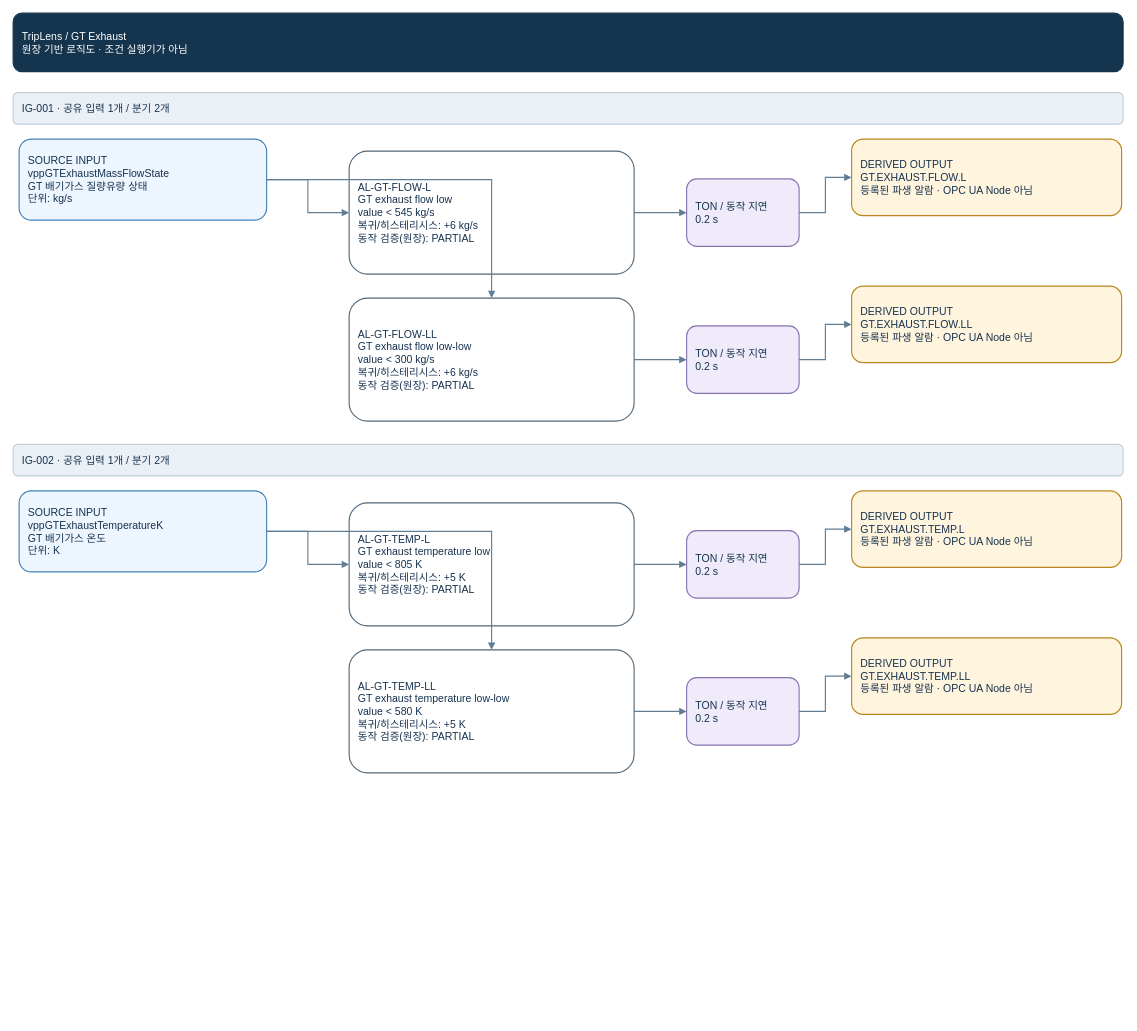
This is page "GT Exhaust" (5 of 98) of apps/web/public/logic-assets/TripLens_Logic_Master_Current_V8.drawio from khaku25/triplens-thermosyspro-cloud-runner, a draw.io file, before an edit. Source tidied: cells renumbered, new cells numbered last; positions are measured from the earlier drawing's top-left corner, leaving out a move shared by most shapes. Both pictures are drawn from the tidied source at 75%, with x=0, y=0 at pixel (13, 13).
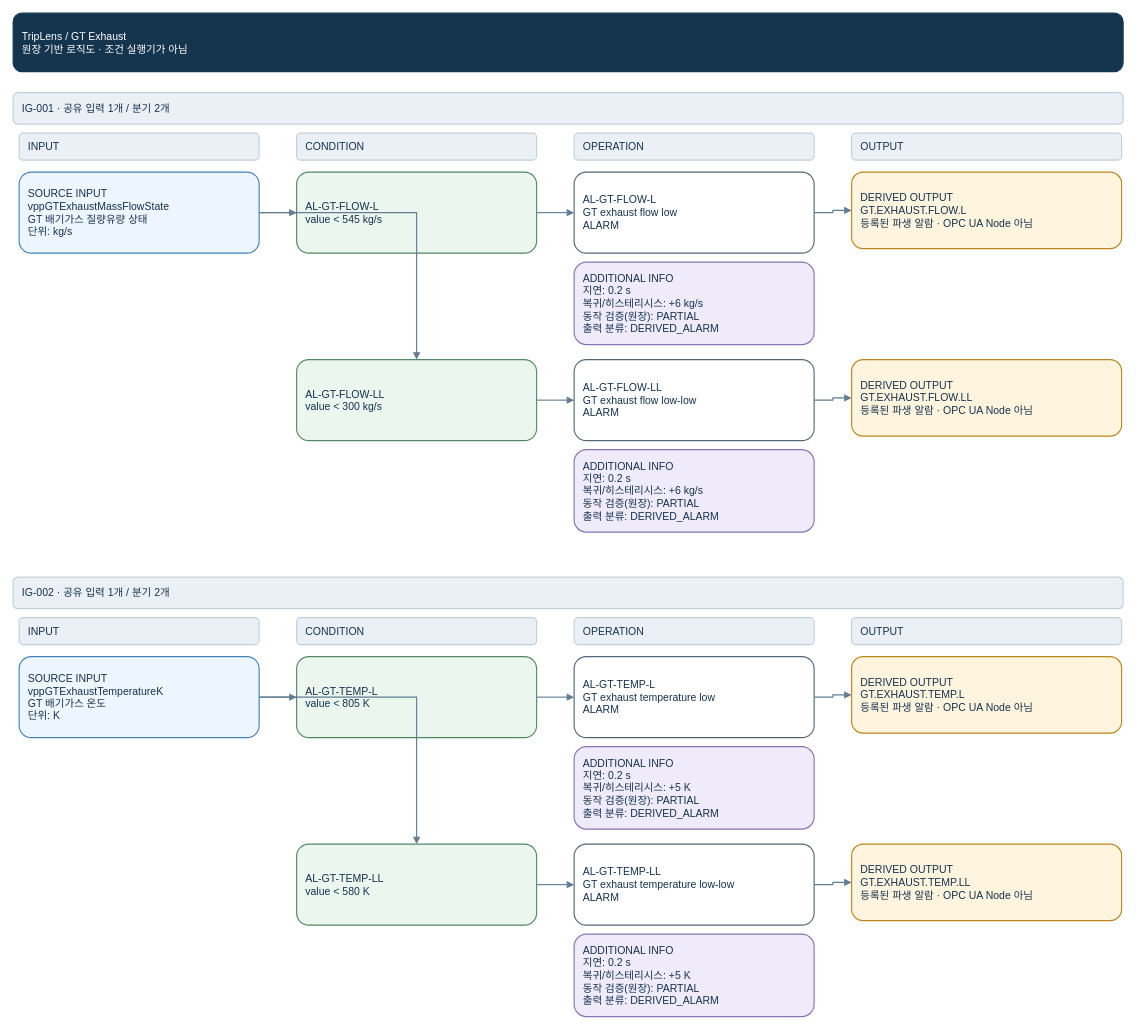
The same page after the edit.

The edit, as a diff of the source:
```diff
@@
+    <mxCell id="31" value="INPUT" style="rounded=1;whiteSpace=wrap;html=0;fontFamily=Arial;fontSize=14;align=left;verticalAlign=middle;spacing=12;fillColor=#eaf0f5;strokeColor=#c1cfdb;fontColor=#16324f;strokeWidth=1.5;" parent="1" vertex="1">
+      <mxGeometry x="8" y="160" width="320" height="36" as="geometry" />
+    </mxCell>
+    <mxCell id="32" value="CONDITION" style="rounded=1;whiteSpace=wrap;html=0;fontFamily=Arial;fontSize=14;align=left;verticalAlign=middle;spacing=12;fillColor=#eaf0f5;strokeColor=#c1cfdb;fontColor=#16324f;strokeWidth=1.5;" parent="1" vertex="1">
+      <mxGeometry x="378" y="160" width="320" height="36" as="geometry" />
+    </mxCell>
+    <mxCell id="33" value="OPERATION" style="rounded=1;whiteSpace=wrap;html=0;fontFamily=Arial;fontSize=14;align=left;verticalAlign=middle;spacing=12;fillColor=#eaf0f5;strokeColor=#c1cfdb;fontColor=#16324f;strokeWidth=1.5;" parent="1" vertex="1">
+      <mxGeometry x="748" y="160" width="320" height="36" as="geometry" />
+    </mxCell>
+    <mxCell id="34" value="OUTPUT" style="rounded=1;whiteSpace=wrap;html=0;fontFamily=Arial;fontSize=14;align=left;verticalAlign=middle;spacing=12;fillColor=#eaf0f5;strokeColor=#c1cfdb;fontColor=#16324f;strokeWidth=1.5;" parent="1" vertex="1">
+      <mxGeometry x="1118" y="160" width="360" height="36" as="geometry" />
+    </mxCell>
     <mxCell id="4" value="SOURCE INPUT&#10;vppGTExhaustMassFlowState&#10;GT 배기가스 질량유량 상태&#10;단위: kg/s" style="rounded=1;whiteSpace=wrap;html=0;fontFamily=Arial;fontSize=14;align=left;verticalAlign=middle;spacing=12;fillColor=#edf5ff;strokeColor=#4381b5;fontColor=#16324f;strokeWidth=1.5;" parent="1" vertex="1">
-      <mxGeometry x="8" y="168" width="330" height="108" as="geometry" />
+      <mxGeometry x="8" y="212" width="320" height="108" as="geometry" />
     </mxCell>
-    <mxCell id="5" value="AL-GT-FLOW-L&#10;GT exhaust flow low&#10;value &lt; 545 kg/s&#10;복귀/히스테리시스: +6 kg/s&#10;동작 검증(원장): PARTIAL" style="rounded=1;whiteSpace=wrap;html=0;fontFamily=Arial;fontSize=14;align=left;verticalAlign=middle;spacing=12;fillColor=#ffffff;strokeColor=#526778;fontColor=#16324f;strokeWidth=1.5;" parent="1" vertex="1">
-      <mxGeometry x="448" y="184" width="380" height="164" as="geometry" />
-    </mxCell>
-    <mxCell id="6" style="edgeStyle=orthogonalEdgeStyle;rounded=0;html=0;endArrow=block;strokeColor=#607d94;strokeWidth=1.5;" parent="1" edge="1" source="4" target="5">
-      <mxGeometry relative="1" as="geometry" />
-    </mxCell>
-    <mxCell id="7" value="TON / 동작 지연&#10;0.2 s" style="rounded=1;whiteSpace=wrap;html=0;fontFamily=Arial;fontSize=14;align=left;verticalAlign=middle;spacing=12;fillColor=#f0ebfa;strokeColor=#8873b1;fontColor=#16324f;strokeWidth=1.5;" parent="1" vertex="1">
-      <mxGeometry x="898" y="221" width="150" height="90" as="geometry" />
-    </mxCell>
-    <mxCell id="8" style="edgeStyle=orthogonalEdgeStyle;rounded=0;html=0;endArrow=block;strokeColor=#607d94;strokeWidth=1.5;" parent="1" edge="1" source="5" target="7">
-      <mxGeometry relative="1" as="geometry" />
-    </mxCell>
+    <mxCell id="35" value="AL-GT-FLOW-L&#10;value &lt; 545 kg/s" style="rounded=1;whiteSpace=wrap;html=0;fontFamily=Arial;fontSize=14;align=left;verticalAlign=middle;spacing=12;fillColor=#eaf6ee;strokeColor=#548766;fontColor=#16324f;strokeWidth=1.5;" parent="1" vertex="1">
+      <mxGeometry x="378" y="212" width="320" height="108" as="geometry" />
+    </mxCell>
+    <mxCell id="36" value="AL-GT-FLOW-L&#10;GT exhaust flow low&#10;ALARM" style="rounded=1;whiteSpace=wrap;html=0;fontFamily=Arial;fontSize=14;align=left;verticalAlign=middle;spacing=12;fillColor=#ffffff;strokeColor=#526778;fontColor=#16324f;strokeWidth=1.5;" parent="1" vertex="1">
+      <mxGeometry x="748" y="212" width="320" height="108" as="geometry" />
+    </mxCell>
+    <mxCell id="37" value="ADDITIONAL INFO&#10;지연: 0.2 s&#10;복귀/히스테리시스: +6 kg/s&#10;동작 검증(원장): PARTIAL&#10;출력 분류: DERIVED_ALARM" style="rounded=1;whiteSpace=wrap;html=0;fontFamily=Arial;fontSize=14;align=left;verticalAlign=middle;spacing=12;fillColor=#f0ebfa;strokeColor=#8873b1;fontColor=#16324f;strokeWidth=1.5;" parent="1" vertex="1">
+      <mxGeometry x="748" y="332" width="320" height="110" as="geometry" />
+    </mxCell>
+    <mxCell id="38" style="edgeStyle=orthogonalEdgeStyle;rounded=0;html=0;endArrow=block;strokeColor=#607d94;strokeWidth=1.5;" parent="1" edge="1" source="4" target="35">
+      <mxGeometry relative="1" as="geometry" />
+    </mxCell>
+    <mxCell id="39" style="edgeStyle=orthogonalEdgeStyle;rounded=0;html=0;endArrow=block;strokeColor=#607d94;strokeWidth=1.5;" parent="1" edge="1" source="35" target="36">
+      <mxGeometry relative="1" as="geometry" />
+    </mxCell>
     <mxCell id="9" value="DERIVED OUTPUT&#10;GT.EXHAUST.FLOW.L&#10;등록된 파생 알람 · OPC UA Node 아님" style="rounded=1;whiteSpace=wrap;html=0;fontFamily=Arial;fontSize=14;align=left;verticalAlign=middle;spacing=12;fillColor=#fff4dd;strokeColor=#ba861e;fontColor=#16324f;strokeWidth=1.5;" parent="1" vertex="1">
-      <mxGeometry x="1118" y="168" width="360" height="102" as="geometry" />
+      <mxGeometry x="1118" y="212" width="360" height="102" as="geometry" />
     </mxCell>
-    <mxCell id="10" style="edgeStyle=orthogonalEdgeStyle;rounded=0;html=0;endArrow=block;strokeColor=#607d94;strokeWidth=1.5;" parent="1" edge="1" source="7" target="9">
-      <mxGeometry relative="1" as="geometry" />
-    </mxCell>
-    <mxCell id="11" value="AL-GT-FLOW-LL&#10;GT exhaust flow low-low&#10;value &lt; 300 kg/s&#10;복귀/히스테리시스: +6 kg/s&#10;동작 검증(원장): PARTIAL" style="rounded=1;whiteSpace=wrap;html=0;fontFamily=Arial;fontSize=14;align=left;verticalAlign=middle;spacing=12;fillColor=#ffffff;strokeColor=#526778;fontColor=#16324f;strokeWidth=1.5;" parent="1" vertex="1">
-      <mxGeometry x="448" y="380" width="380" height="164" as="geometry" />
-    </mxCell>
-    <mxCell id="12" style="edgeStyle=orthogonalEdgeStyle;rounded=0;html=0;endArrow=block;strokeColor=#607d94;strokeWidth=1.5;" parent="1" edge="1" source="4" target="11">
-      <mxGeometry relative="1" as="geometry" />
-    </mxCell>
-    <mxCell id="13" value="TON / 동작 지연&#10;0.2 s" style="rounded=1;whiteSpace=wrap;html=0;fontFamily=Arial;fontSize=14;align=left;verticalAlign=middle;spacing=12;fillColor=#f0ebfa;strokeColor=#8873b1;fontColor=#16324f;strokeWidth=1.5;" parent="1" vertex="1">
-      <mxGeometry x="898" y="417" width="150" height="90" as="geometry" />
-    </mxCell>
-    <mxCell id="14" style="edgeStyle=orthogonalEdgeStyle;rounded=0;html=0;endArrow=block;strokeColor=#607d94;strokeWidth=1.5;" parent="1" edge="1" source="11" target="13">
-      <mxGeometry relative="1" as="geometry" />
-    </mxCell>
+    <mxCell id="40" style="edgeStyle=orthogonalEdgeStyle;rounded=0;html=0;endArrow=block;strokeColor=#607d94;strokeWidth=1.5;" parent="1" edge="1" source="36" target="9">
+      <mxGeometry relative="1" as="geometry" />
+    </mxCell>
+    <mxCell id="41" value="AL-GT-FLOW-LL&#10;value &lt; 300 kg/s" style="rounded=1;whiteSpace=wrap;html=0;fontFamily=Arial;fontSize=14;align=left;verticalAlign=middle;spacing=12;fillColor=#eaf6ee;strokeColor=#548766;fontColor=#16324f;strokeWidth=1.5;" parent="1" vertex="1">
+      <mxGeometry x="378" y="462" width="320" height="108" as="geometry" />
+    </mxCell>
+    <mxCell id="42" value="AL-GT-FLOW-LL&#10;GT exhaust flow low-low&#10;ALARM" style="rounded=1;whiteSpace=wrap;html=0;fontFamily=Arial;fontSize=14;align=left;verticalAlign=middle;spacing=12;fillColor=#ffffff;strokeColor=#526778;fontColor=#16324f;strokeWidth=1.5;" parent="1" vertex="1">
+      <mxGeometry x="748" y="462" width="320" height="108" as="geometry" />
+    </mxCell>
+    <mxCell id="43" value="ADDITIONAL INFO&#10;지연: 0.2 s&#10;복귀/히스테리시스: +6 kg/s&#10;동작 검증(원장): PARTIAL&#10;출력 분류: DERIVED_ALARM" style="rounded=1;whiteSpace=wrap;html=0;fontFamily=Arial;fontSize=14;align=left;verticalAlign=middle;spacing=12;fillColor=#f0ebfa;strokeColor=#8873b1;fontColor=#16324f;strokeWidth=1.5;" parent="1" vertex="1">
+      <mxGeometry x="748" y="582" width="320" height="110" as="geometry" />
+    </mxCell>
+    <mxCell id="44" style="edgeStyle=orthogonalEdgeStyle;rounded=0;html=0;endArrow=block;strokeColor=#607d94;strokeWidth=1.5;" parent="1" edge="1" source="4" target="41">
+      <mxGeometry relative="1" as="geometry" />
+    </mxCell>
+    <mxCell id="45" style="edgeStyle=orthogonalEdgeStyle;rounded=0;html=0;endArrow=block;strokeColor=#607d94;strokeWidth=1.5;" parent="1" edge="1" source="41" target="42">
+      <mxGeometry relative="1" as="geometry" />
+    </mxCell>
     <mxCell id="15" value="DERIVED OUTPUT&#10;GT.EXHAUST.FLOW.LL&#10;등록된 파생 알람 · OPC UA Node 아님" style="rounded=1;whiteSpace=wrap;html=0;fontFamily=Arial;fontSize=14;align=left;verticalAlign=middle;spacing=12;fillColor=#fff4dd;strokeColor=#ba861e;fontColor=#16324f;strokeWidth=1.5;" parent="1" vertex="1">
-      <mxGeometry x="1118" y="364" width="360" height="102" as="geometry" />
+      <mxGeometry x="1118" y="462" width="360" height="102" as="geometry" />
     </mxCell>
-    <mxCell id="16" style="edgeStyle=orthogonalEdgeStyle;rounded=0;html=0;endArrow=block;strokeColor=#607d94;strokeWidth=1.5;" parent="1" edge="1" source="13" target="15">
-      <mxGeometry relative="1" as="geometry" />
-    </mxCell>
+    <mxCell id="46" style="edgeStyle=orthogonalEdgeStyle;rounded=0;html=0;endArrow=block;strokeColor=#607d94;strokeWidth=1.5;" parent="1" edge="1" source="42" target="15">
+      <mxGeometry relative="1" as="geometry" />
+    </mxCell>
     <mxCell id="17" value="IG-002  ·  공유 입력 1개  /  분기 2개" style="rounded=1;whiteSpace=wrap;html=0;fontFamily=Arial;fontSize=14;align=left;verticalAlign=middle;spacing=12;fillColor=#eaf0f5;strokeColor=#c1cfdb;fontColor=#16324f;strokeWidth=1.5;" parent="1" vertex="1">
-      <mxGeometry y="575" width="1480" height="42" as="geometry" />
+      <mxGeometry y="752" width="1480" height="42" as="geometry" />
     </mxCell>
+    <mxCell id="47" value="INPUT" style="rounded=1;whiteSpace=wrap;html=0;fontFamily=Arial;fontSize=14;align=left;verticalAlign=middle;spacing=12;fillColor=#eaf0f5;strokeColor=#c1cfdb;fontColor=#16324f;strokeWidth=1.5;" parent="1" vertex="1">
+      <mxGeometry x="8" y="806" width="320" height="36" as="geometry" />
+    </mxCell>
+    <mxCell id="48" value="CONDITION" style="rounded=1;whiteSpace=wrap;html=0;fontFamily=Arial;fontSize=14;align=left;verticalAlign=middle;spacing=12;fillColor=#eaf0f5;strokeColor=#c1cfdb;fontColor=#16324f;strokeWidth=1.5;" parent="1" vertex="1">
+      <mxGeometry x="378" y="806" width="320" height="36" as="geometry" />
+    </mxCell>
+    <mxCell id="49" value="OPERATION" style="rounded=1;whiteSpace=wrap;html=0;fontFamily=Arial;fontSize=14;align=left;verticalAlign=middle;spacing=12;fillColor=#eaf0f5;strokeColor=#c1cfdb;fontColor=#16324f;strokeWidth=1.5;" parent="1" vertex="1">
+      <mxGeometry x="748" y="806" width="320" height="36" as="geometry" />
+    </mxCell>
+    <mxCell id="50" value="OUTPUT" style="rounded=1;whiteSpace=wrap;html=0;fontFamily=Arial;fontSize=14;align=left;verticalAlign=middle;spacing=12;fillColor=#eaf0f5;strokeColor=#c1cfdb;fontColor=#16324f;strokeWidth=1.5;" parent="1" vertex="1">
+      <mxGeometry x="1118" y="806" width="360" height="36" as="geometry" />
+    </mxCell>
     <mxCell id="18" value="SOURCE INPUT&#10;vppGTExhaustTemperatureK&#10;GT 배기가스 온도&#10;단위: K" style="rounded=1;whiteSpace=wrap;html=0;fontFamily=Arial;fontSize=14;align=left;verticalAlign=middle;spacing=12;fillColor=#edf5ff;strokeColor=#4381b5;fontColor=#16324f;strokeWidth=1.5;" parent="1" vertex="1">
-      <mxGeometry x="8" y="637" width="330" height="108" as="geometry" />
+      <mxGeometry x="8" y="858" width="320" height="108" as="geometry" />
     </mxCell>
-    <mxCell id="19" value="AL-GT-TEMP-L&#10;GT exhaust temperature low&#10;value &lt; 805 K&#10;복귀/히스테리시스: +5 K&#10;동작 검증(원장): PARTIAL" style="rounded=1;whiteSpace=wrap;html=0;fontFamily=Arial;fontSize=14;align=left;verticalAlign=middle;spacing=12;fillColor=#ffffff;strokeColor=#526778;fontColor=#16324f;strokeWidth=1.5;" parent="1" vertex="1">
-      <mxGeometry x="448" y="653" width="380" height="164" as="geometry" />
-    </mxCell>
-    <mxCell id="20" style="edgeStyle=orthogonalEdgeStyle;rounded=0;html=0;endArrow=block;strokeColor=#607d94;strokeWidth=1.5;" parent="1" edge="1" source="18" target="19">
-      <mxGeometry relative="1" as="geometry" />
-    </mxCell>
-    <mxCell id="21" value="TON / 동작 지연&#10;0.2 s" style="rounded=1;whiteSpace=wrap;html=0;fontFamily=Arial;fontSize=14;align=left;verticalAlign=middle;spacing=12;fillColor=#f0ebfa;strokeColor=#8873b1;fontColor=#16324f;strokeWidth=1.5;" parent="1" vertex="1">
-      <mxGeometry x="898" y="690" width="150" height="90" as="geometry" />
-    </mxCell>
-    <mxCell id="22" style="edgeStyle=orthogonalEdgeStyle;rounded=0;html=0;endArrow=block;strokeColor=#607d94;strokeWidth=1.5;" parent="1" edge="1" source="19" target="21">
-      <mxGeometry relative="1" as="geometry" />
-    </mxCell>
+    <mxCell id="51" value="AL-GT-TEMP-L&#10;value &lt; 805 K" style="rounded=1;whiteSpace=wrap;html=0;fontFamily=Arial;fontSize=14;align=left;verticalAlign=middle;spacing=12;fillColor=#eaf6ee;strokeColor=#548766;fontColor=#16324f;strokeWidth=1.5;" parent="1" vertex="1">
+      <mxGeometry x="378" y="858" width="320" height="108" as="geometry" />
+    </mxCell>
+    <mxCell id="52" value="AL-GT-TEMP-L&#10;GT exhaust temperature low&#10;ALARM" style="rounded=1;whiteSpace=wrap;html=0;fontFamily=Arial;fontSize=14;align=left;verticalAlign=middle;spacing=12;fillColor=#ffffff;strokeColor=#526778;fontColor=#16324f;strokeWidth=1.5;" parent="1" vertex="1">
+      <mxGeometry x="748" y="858" width="320" height="108" as="geometry" />
+    </mxCell>
+    <mxCell id="53" value="ADDITIONAL INFO&#10;지연: 0.2 s&#10;복귀/히스테리시스: +5 K&#10;동작 검증(원장): PARTIAL&#10;출력 분류: DERIVED_ALARM" style="rounded=1;whiteSpace=wrap;html=0;fontFamily=Arial;fontSize=14;align=left;verticalAlign=middle;spacing=12;fillColor=#f0ebfa;strokeColor=#8873b1;fontColor=#16324f;strokeWidth=1.5;" parent="1" vertex="1">
+      <mxGeometry x="748" y="978" width="320" height="110" as="geometry" />
+    </mxCell>
+    <mxCell id="54" style="edgeStyle=orthogonalEdgeStyle;rounded=0;html=0;endArrow=block;strokeColor=#607d94;strokeWidth=1.5;" parent="1" edge="1" source="18" target="51">
+      <mxGeometry relative="1" as="geometry" />
+    </mxCell>
+    <mxCell id="55" style="edgeStyle=orthogonalEdgeStyle;rounded=0;html=0;endArrow=block;strokeColor=#607d94;strokeWidth=1.5;" parent="1" edge="1" source="51" target="52">
+      <mxGeometry relative="1" as="geometry" />
+    </mxCell>
     <mxCell id="23" value="DERIVED OUTPUT&#10;GT.EXHAUST.TEMP.L&#10;등록된 파생 알람 · OPC UA Node 아님" style="rounded=1;whiteSpace=wrap;html=0;fontFamily=Arial;fontSize=14;align=left;verticalAlign=middle;spacing=12;fillColor=#fff4dd;strokeColor=#ba861e;fontColor=#16324f;strokeWidth=1.5;" parent="1" vertex="1">
-      <mxGeometry x="1118" y="637" width="360" height="102" as="geometry" />
+      <mxGeometry x="1118" y="858" width="360" height="102" as="geometry" />
     </mxCell>
-    <mxCell id="24" style="edgeStyle=orthogonalEdgeStyle;rounded=0;html=0;endArrow=block;strokeColor=#607d94;strokeWidth=1.5;" parent="1" edge="1" source="21" target="23">
-      <mxGeometry relative="1" as="geometry" />
-    </mxCell>
-    <mxCell id="25" value="AL-GT-TEMP-LL&#10;GT exhaust temperature low-low&#10;value &lt; 580 K&#10;복귀/히스테리시스: +5 K&#10;동작 검증(원장): PARTIAL" style="rounded=1;whiteSpace=wrap;html=0;fontFamily=Arial;fontSize=14;align=left;verticalAlign=middle;spacing=12;fillColor=#ffffff;strokeColor=#526778;fontColor=#16324f;strokeWidth=1.5;" parent="1" vertex="1">
-      <mxGeometry x="448" y="849" width="380" height="164" as="geometry" />
-    </mxCell>
-    <mxCell id="26" style="edgeStyle=orthogonalEdgeStyle;rounded=0;html=0;endArrow=block;strokeColor=#607d94;strokeWidth=1.5;" parent="1" edge="1" source="18" target="25">
-      <mxGeometry relative="1" as="geometry" />
-    </mxCell>
-    <mxCell id="27" value="TON / 동작 지연&#10;0.2 s" style="rounded=1;whiteSpace=wrap;html=0;fontFamily=Arial;fontSize=14;align=left;verticalAlign=middle;spacing=12;fillColor=#f0ebfa;strokeColor=#8873b1;fontColor=#16324f;strokeWidth=1.5;" parent="1" vertex="1">
-      <mxGeometry x="898" y="886" width="150" height="90" as="geometry" />
-    </mxCell>
-    <mxCell id="28" style="edgeStyle=orthogonalEdgeStyle;rounded=0;html=0;endArrow=block;strokeColor=#607d94;strokeWidth=1.5;" parent="1" edge="1" source="25" target="27">
-      <mxGeometry relative="1" as="geometry" />
-    </mxCell>
+    <mxCell id="56" style="edgeStyle=orthogonalEdgeStyle;rounded=0;html=0;endArrow=block;strokeColor=#607d94;strokeWidth=1.5;" parent="1" edge="1" source="52" target="23">
+      <mxGeometry relative="1" as="geometry" />
+    </mxCell>
+    <mxCell id="57" value="AL-GT-TEMP-LL&#10;value &lt; 580 K" style="rounded=1;whiteSpace=wrap;html=0;fontFamily=Arial;fontSize=14;align=left;verticalAlign=middle;spacing=12;fillColor=#eaf6ee;strokeColor=#548766;fontColor=#16324f;strokeWidth=1.5;" parent="1" vertex="1">
+      <mxGeometry x="378" y="1108" width="320" height="108" as="geometry" />
+    </mxCell>
+    <mxCell id="58" value="AL-GT-TEMP-LL&#10;GT exhaust temperature low-low&#10;ALARM" style="rounded=1;whiteSpace=wrap;html=0;fontFamily=Arial;fontSize=14;align=left;verticalAlign=middle;spacing=12;fillColor=#ffffff;strokeColor=#526778;fontColor=#16324f;strokeWidth=1.5;" parent="1" vertex="1">
+      <mxGeometry x="748" y="1108" width="320" height="108" as="geometry" />
+    </mxCell>
+    <mxCell id="59" value="ADDITIONAL INFO&#10;지연: 0.2 s&#10;복귀/히스테리시스: +5 K&#10;동작 검증(원장): PARTIAL&#10;출력 분류: DERIVED_ALARM" style="rounded=1;whiteSpace=wrap;html=0;fontFamily=Arial;fontSize=14;align=left;verticalAlign=middle;spacing=12;fillColor=#f0ebfa;strokeColor=#8873b1;fontColor=#16324f;strokeWidth=1.5;" parent="1" vertex="1">
+      <mxGeometry x="748" y="1228" width="320" height="110" as="geometry" />
+    </mxCell>
+    <mxCell id="60" style="edgeStyle=orthogonalEdgeStyle;rounded=0;html=0;endArrow=block;strokeColor=#607d94;strokeWidth=1.5;" parent="1" edge="1" source="18" target="57">
+      <mxGeometry relative="1" as="geometry" />
+    </mxCell>
+    <mxCell id="61" style="edgeStyle=orthogonalEdgeStyle;rounded=0;html=0;endArrow=block;strokeColor=#607d94;strokeWidth=1.5;" parent="1" edge="1" source="57" target="58">
+      <mxGeometry relative="1" as="geometry" />
+    </mxCell>
     <mxCell id="29" value="DERIVED OUTPUT&#10;GT.EXHAUST.TEMP.LL&#10;등록된 파생 알람 · OPC UA Node 아님" style="rounded=1;whiteSpace=wrap;html=0;fontFamily=Arial;fontSize=14;align=left;verticalAlign=middle;spacing=12;fillColor=#fff4dd;strokeColor=#ba861e;fontColor=#16324f;strokeWidth=1.5;" parent="1" vertex="1">
-      <mxGeometry x="1118" y="833" width="360" height="102" as="geometry" />
+      <mxGeometry x="1118" y="1108" width="360" height="102" as="geometry" />
     </mxCell>
-    <mxCell id="30" style="edgeStyle=orthogonalEdgeStyle;rounded=0;html=0;endArrow=block;strokeColor=#607d94;strokeWidth=1.5;" parent="1" edge="1" source="27" target="29">
-      <mxGeometry relative="1" as="geometry" />
-    </mxCell>
+    <mxCell id="62" style="edgeStyle=orthogonalEdgeStyle;rounded=0;html=0;endArrow=block;strokeColor=#607d94;strokeWidth=1.5;" parent="1" edge="1" source="58" target="29">
+      <mxGeometry relative="1" as="geometry" />
+    </mxCell>
```
